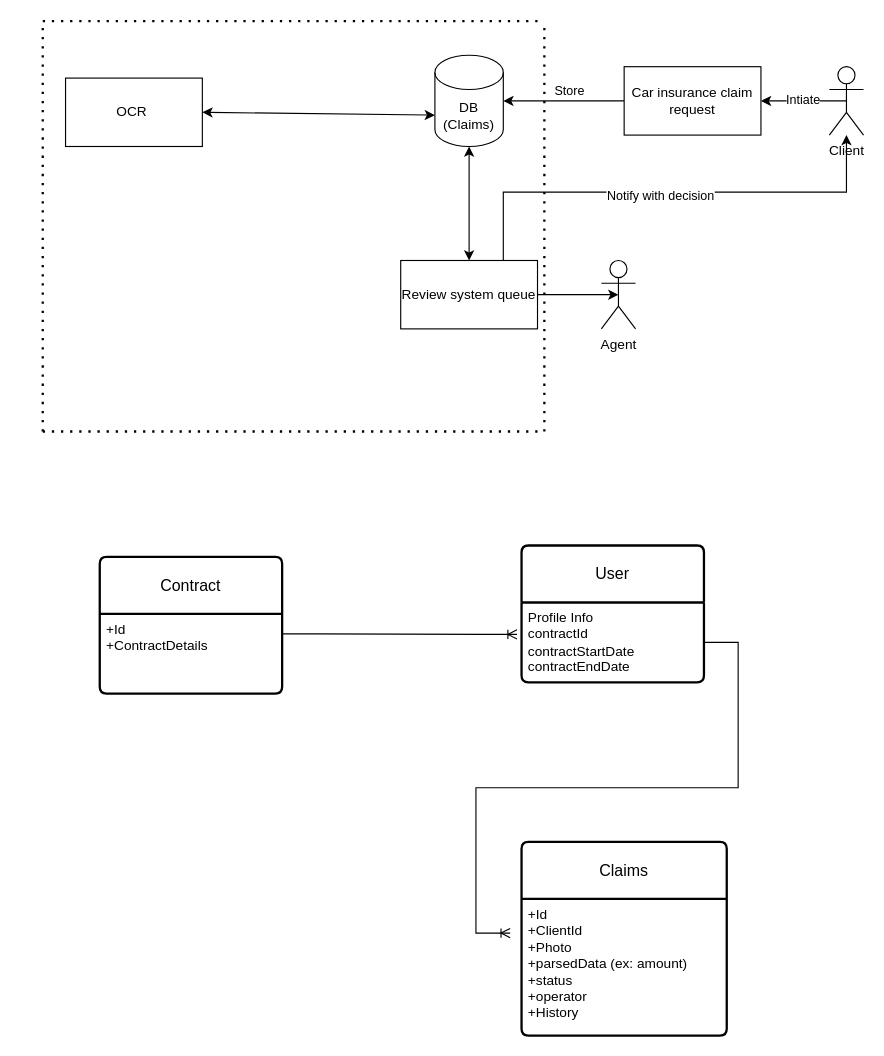
Above: Untitled Diagram.drawio in walid-tharwat-zaki/hacker-news (draw.io), before the change. Source tidied: cells renumbered, new cells numbered last; positions are measured from the earlier drawing's top-left corner, leaving out a move shared by most shapes. Both pictures are drawn from the tidied source at 114%, with x=0, y=0 at pixel (42, 21).
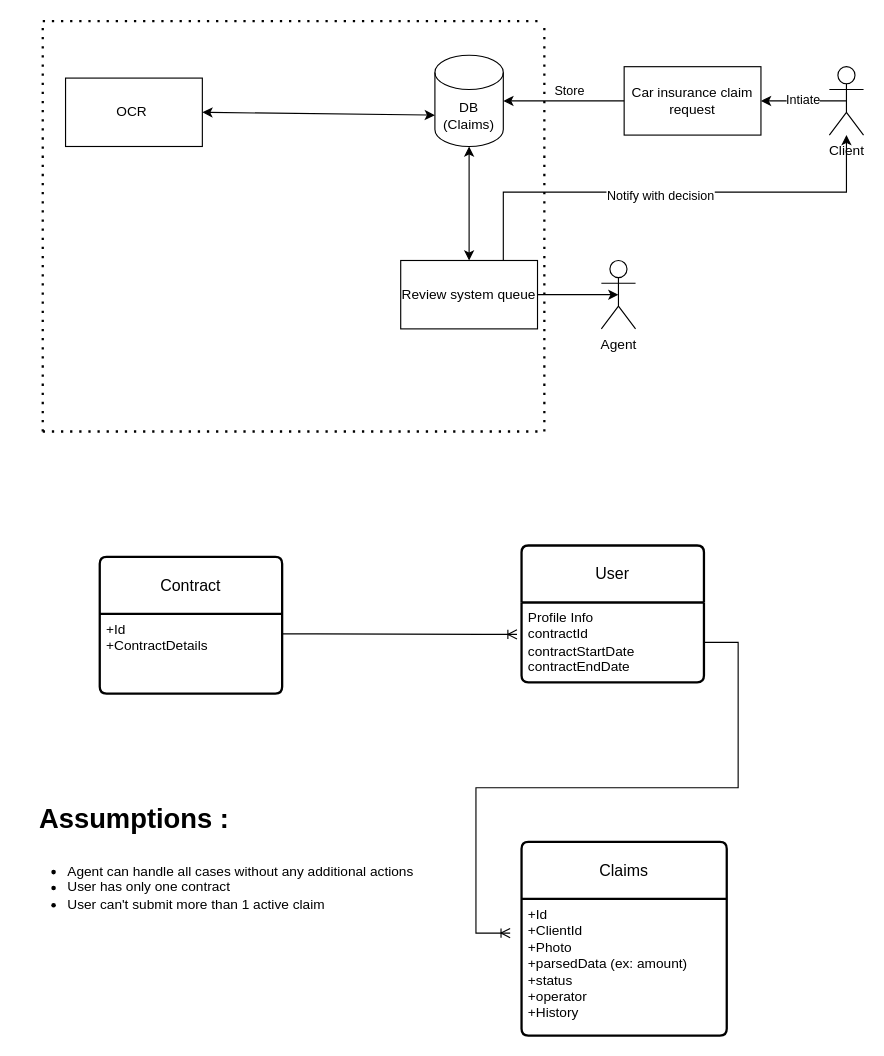
After the change.

What changed in the source:
```diff
@@
+    <mxCell id="29" value="&lt;ul&gt;&lt;li&gt;Agent can handle all cases without any additional actions&lt;/li&gt;&lt;li&gt;User has only one contract&lt;/li&gt;&lt;li&gt;User can't submit more than 1 active claim&lt;/li&gt;&lt;/ul&gt;" style="text;strokeColor=none;fillColor=none;html=1;whiteSpace=wrap;verticalAlign=middle;overflow=hidden;" parent="1" vertex="1">
+      <mxGeometry x="-20" y="720" width="360" height="80" as="geometry" />
+    </mxCell>
+    <mxCell id="30" value="Assumptions :" style="text;strokeColor=none;fillColor=none;html=1;fontSize=24;fontStyle=1;verticalAlign=middle;align=center;" parent="1" vertex="1">
+      <mxGeometry x="30" y="680" width="100" height="40" as="geometry" />
+    </mxCell>
```
